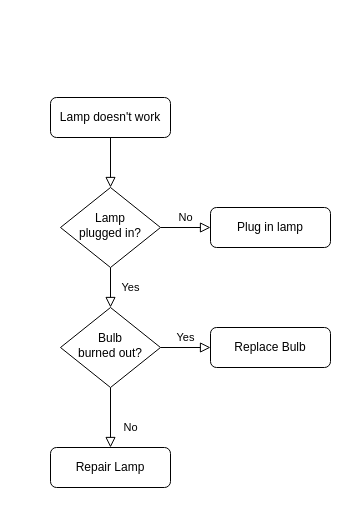
Before: 未命名绘图.drawio in linger9085/hello-world, a draw.io diagram. Source tidied: cells renumbered, new cells numbered last; positions are measured from the earlier drawing's top-left corner, leaving out a move shared by most shapes. Both pictures are drawn from the tidied source at 100%, with x=0, y=0 at pixel (50, 97).
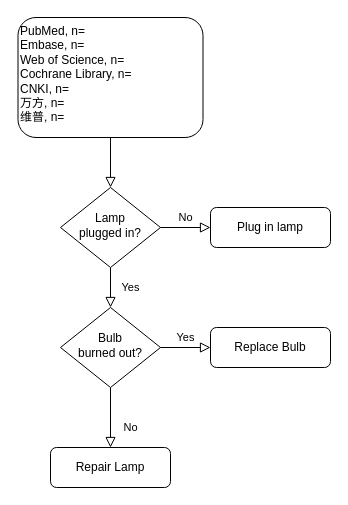
The same diagram, later.

Diff of the diagram source:
```diff
@@
 <mxGraphModel>
   <root>
     <mxCell id="0" />
     <mxCell id="1" parent="0" />
     <mxCell id="2" style="rounded=0;html=1;jettySize=auto;fontSize=11;endArrow=block;endFill=0;endSize=8;strokeWidth=1;shadow=0;labelBackgroundColor=none;edgeStyle=orthogonalEdgeStyle;" parent="1" edge="1" source="3" target="6">
       <mxGeometry relative="1" as="geometry" />
     </mxCell>
-    <mxCell id="3" value="Lamp doesn't work" style="rounded=1;whiteSpace=wrap;html=1;fontSize=12;glass=0;strokeWidth=1;shadow=0;" parent="1" vertex="1">
-      <mxGeometry width="120" height="40" as="geometry" />
+    <mxCell id="3" value="PubMed, n=&lt;div&gt;Embase, n=&lt;/div&gt;&lt;div&gt;Web of Science, n=&lt;/div&gt;&lt;div&gt;Cochrane Library, n=&lt;br&gt;&lt;/div&gt;&lt;div&gt;CNKI, n=&lt;br&gt;&lt;/div&gt;&lt;div&gt;万方, n=&lt;/div&gt;&lt;div&gt;维普, n=&lt;/div&gt;" style="rounded=1;whiteSpace=wrap;html=1;fontSize=12;glass=0;strokeWidth=1;shadow=0;align=left;verticalAlign=top;" parent="1" vertex="1">
+      <mxGeometry x="-32.5" y="-80" width="185" height="120" as="geometry" />
     </mxCell>
     <mxCell id="4" value="Yes" style="rounded=0;html=1;jettySize=auto;fontSize=11;endArrow=block;endFill=0;endSize=8;strokeWidth=1;shadow=0;labelBackgroundColor=none;edgeStyle=orthogonalEdgeStyle;" parent="1" edge="1" source="6" target="10">
       <mxGeometry y="20" relative="1" as="geometry" />
     </mxCell>
     <mxCell id="5" value="No" style="edgeStyle=orthogonalEdgeStyle;rounded=0;html=1;jettySize=auto;fontSize=11;endArrow=block;endFill=0;endSize=8;strokeWidth=1;shadow=0;labelBackgroundColor=none;" parent="1" edge="1" source="6" target="7">
       <mxGeometry y="10" relative="1" as="geometry" />
     </mxCell>
     <mxCell id="6" value="Lamp&lt;br&gt;plugged in?" style="rhombus;whiteSpace=wrap;html=1;shadow=0;fontFamily=Helvetica;fontSize=12;align=center;strokeWidth=1;spacing=6;spacingTop=-4;" parent="1" vertex="1">
       <mxGeometry x="10" y="90" width="100" height="80" as="geometry" />
     </mxCell>
     <mxCell id="7" value="Plug in lamp" style="rounded=1;whiteSpace=wrap;html=1;fontSize=12;glass=0;strokeWidth=1;shadow=0;" parent="1" vertex="1">
       <mxGeometry x="160" y="110" width="120" height="40" as="geometry" />
     </mxCell>
     <mxCell id="8" value="No" style="rounded=0;html=1;jettySize=auto;fontSize=11;endArrow=block;endFill=0;endSize=8;strokeWidth=1;shadow=0;labelBackgroundColor=none;edgeStyle=orthogonalEdgeStyle;" parent="1" edge="1" source="10" target="11">
       <mxGeometry x="0.33" y="20" relative="1" as="geometry" />
     </mxCell>
     <mxCell id="9" value="Yes" style="edgeStyle=orthogonalEdgeStyle;rounded=0;html=1;jettySize=auto;fontSize=11;endArrow=block;endFill=0;endSize=8;strokeWidth=1;shadow=0;labelBackgroundColor=none;" parent="1" edge="1" source="10" target="12">
       <mxGeometry y="10" relative="1" as="geometry" />
     </mxCell>
     <mxCell id="10" value="Bulb&lt;br&gt;burned out?" style="rhombus;whiteSpace=wrap;html=1;shadow=0;fontFamily=Helvetica;fontSize=12;align=center;strokeWidth=1;spacing=6;spacingTop=-4;" parent="1" vertex="1">
       <mxGeometry x="10" y="210" width="100" height="80" as="geometry" />
     </mxCell>
     <mxCell id="11" value="Repair Lamp" style="rounded=1;whiteSpace=wrap;html=1;fontSize=12;glass=0;strokeWidth=1;shadow=0;" parent="1" vertex="1">
       <mxGeometry y="350" width="120" height="40" as="geometry" />
     </mxCell>
     <mxCell id="12" value="Replace Bulb" style="rounded=1;whiteSpace=wrap;html=1;fontSize=12;glass=0;strokeWidth=1;shadow=0;" parent="1" vertex="1">
       <mxGeometry x="160" y="230" width="120" height="40" as="geometry" />
     </mxCell>
   </root>
 </mxGraphModel>
```
